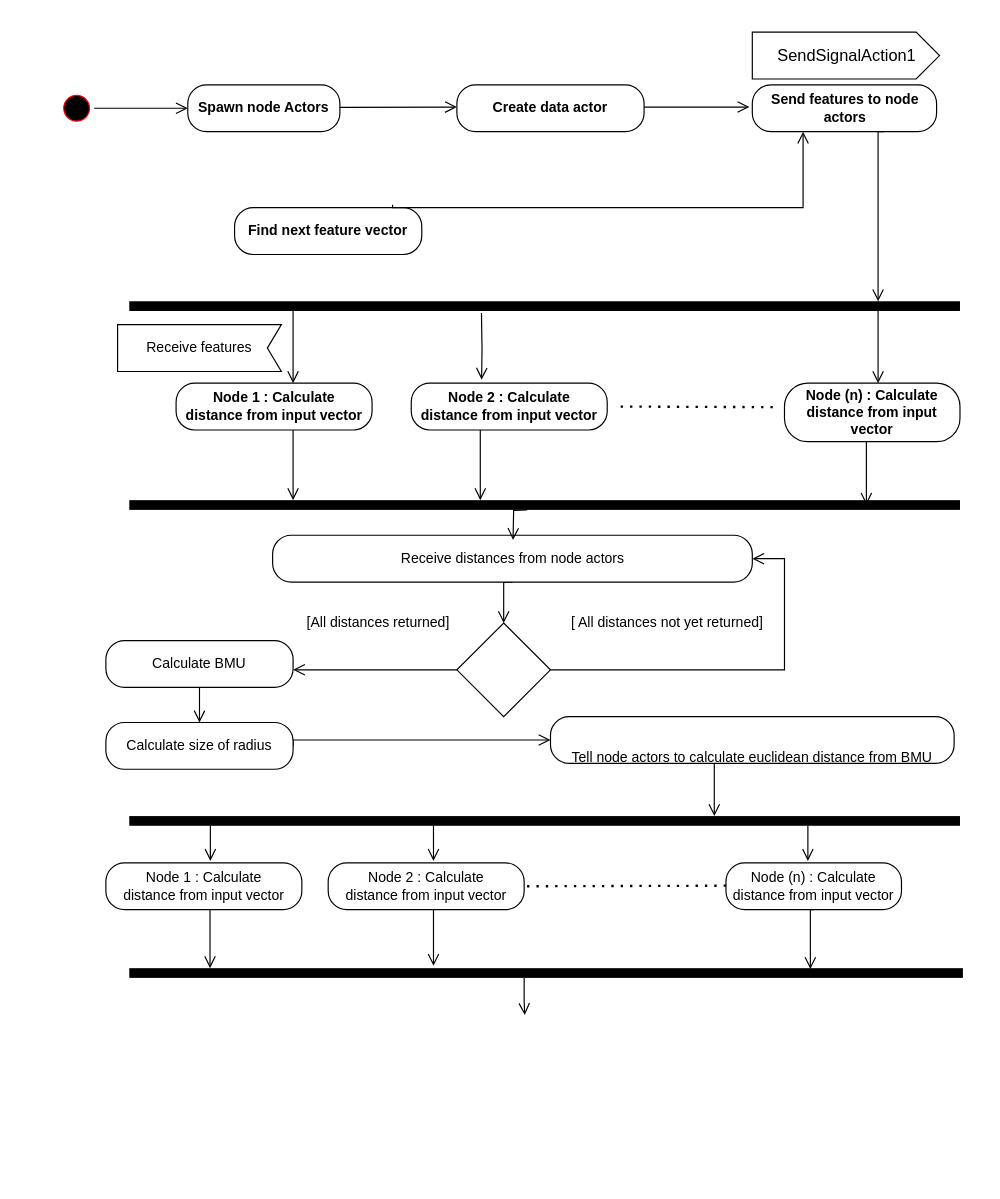
The draw.io diagram mainActivityDiagram.drawio in vanelopethecoder/som-basic, before the edit. Source tidied: cells renumbered, new cells numbered last; positions are measured from the earlier drawing's top-left corner, leaving out a move shared by most shapes. Both pictures are drawn from the tidied source at 117%, with x=0, y=0 at pixel (58, 32).
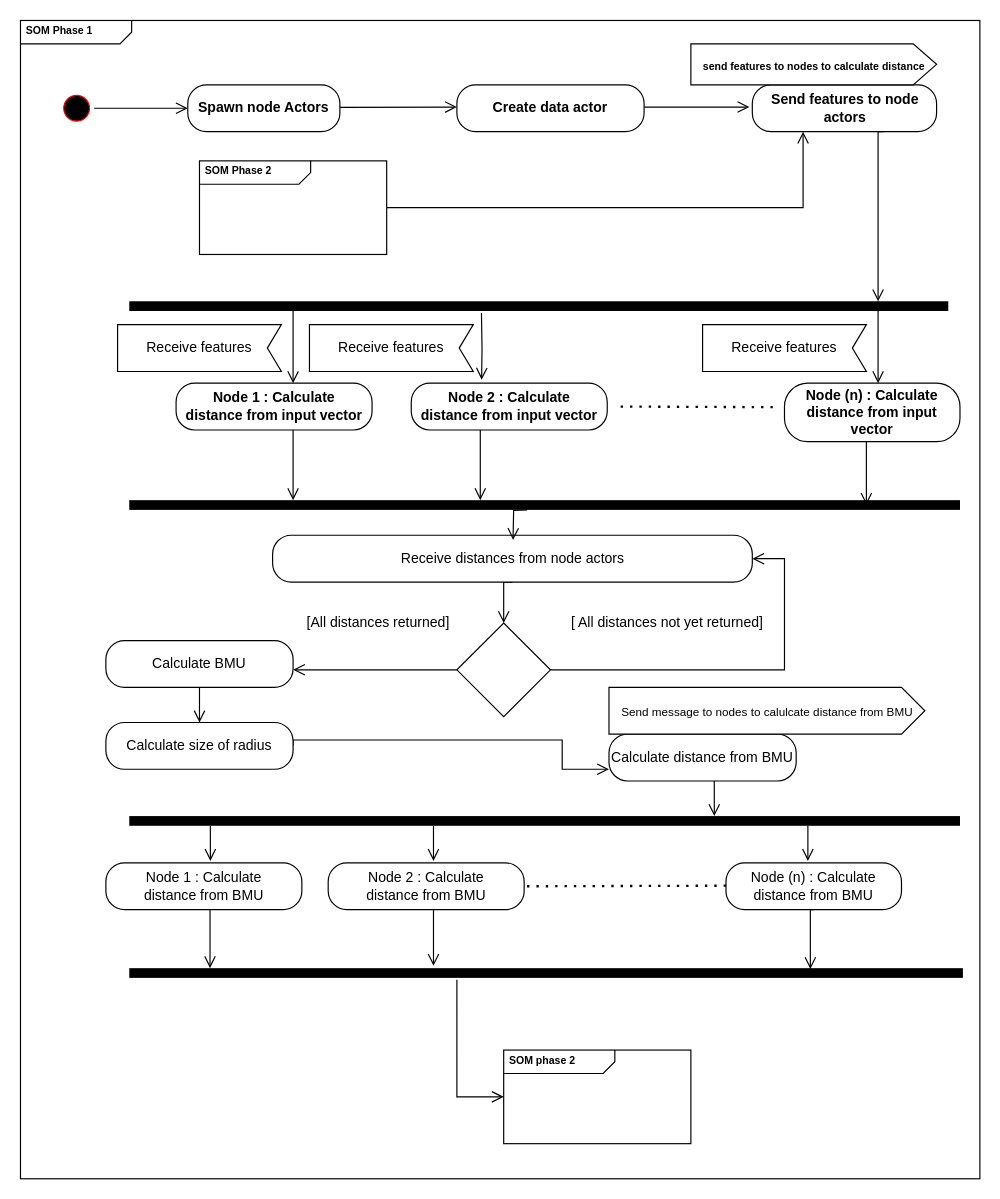
After the change.

The change refers to these unchanged cells:
```xml
<mxCell id="18" value="Calculate size of radius" style="rounded=1;whiteSpace=wrap;html=1;arcSize=40;fontColor=#000000;fillColor=#FFFFFF;strokeColor=#000000;" parent="1" vertex="1">
  <mxGeometry x="40" y="590" width="160" height="40" as="geometry" />
</mxCell>
<mxCell id="49" style="html=1;points=[];perimeter=orthogonalPerimeter;fillColor=#000000;strokeColor=none;direction=north;" parent="1" vertex="1">
  <mxGeometry x="60" y="800" width="712.5" height="8.3" as="geometry" />
</mxCell>
```

Diff of the diagram source:
```diff
@@
+    <mxCell id="53" value="&lt;p style=&quot;margin: 0px ; margin-top: 4px ; margin-left: 5px ; text-align: left&quot;&gt;&lt;b&gt;SOM Phase 1&lt;/b&gt;&lt;/p&gt;" style="html=1;shape=mxgraph.sysml.package;overflow=fill;labelX=95;align=left;spacingLeft=5;verticalAlign=top;spacingTop=-3;fontSize=9;" parent="1" vertex="1">
+      <mxGeometry x="-33" y="-10" width="820" height="990" as="geometry" />
+    </mxCell>
@@
     <mxCell id="9" style="html=1;points=[];perimeter=orthogonalPerimeter;fillColor=#000000;strokeColor=none;direction=north;" parent="1" vertex="1">
-      <mxGeometry x="60" y="230" width="710" height="8.3" as="geometry" />
+      <mxGeometry x="60" y="230" width="700" height="8.3" as="geometry" />
     </mxCell>
@@
-    <mxCell id="16" style="edgeStyle=orthogonalEdgeStyle;html=1;verticalAlign=bottom;endArrow=open;endSize=8;strokeColor=#000000;rounded=0;entryX=0;entryY=0.5;entryDx=0;entryDy=0;exitX=1;exitY=0.5;exitDx=0;exitDy=0;" parent="1" edge="1" source="18" target="50">
+    <mxCell id="16" style="edgeStyle=orthogonalEdgeStyle;html=1;verticalAlign=bottom;endArrow=open;endSize=8;strokeColor=#000000;rounded=0;exitX=1;exitY=0.5;exitDx=0;exitDy=0;entryX=0;entryY=0.75;entryDx=0;entryDy=0;" parent="1" edge="1" source="18" target="59">
       <mxGeometry relative="1" as="geometry">
         <Array as="points">
           <mxPoint x="200" y="605" />
+          <mxPoint x="430" y="605" />
+          <mxPoint x="430" y="630" />
         </Array>
       </mxGeometry>
     </mxCell>
@@
     <mxCell id="19" style="edgeStyle=orthogonalEdgeStyle;html=1;verticalAlign=bottom;endArrow=open;endSize=8;strokeColor=#000000;rounded=0;" parent="1" edge="1">
       <mxGeometry relative="1" as="geometry">
-        <mxPoint x="560" y="620" as="sourcePoint" />
+        <mxPoint x="560" y="640" as="sourcePoint" />
         <mxPoint x="560" y="670" as="targetPoint" />
         <Array as="points">
           <mxPoint x="560" y="650" />
           <mxPoint x="560" y="650" />
         </Array>
       </mxGeometry>
     </mxCell>
@@
-    <mxCell id="21" style="edgeStyle=orthogonalEdgeStyle;html=1;verticalAlign=bottom;endArrow=open;endSize=8;strokeColor=#000000;rounded=0;" parent="1" edge="1">
-      <mxGeometry relative="1" as="geometry">
-        <mxPoint x="397.5" y="808.3" as="sourcePoint" />
-        <mxPoint x="398" y="840" as="targetPoint" />
-        <Array as="points">
-          <mxPoint x="397.9" y="828.3" />
-          <mxPoint x="397.9" y="828.3" />
-        </Array>
-      </mxGeometry>
-    </mxCell>
-    <mxCell id="22" value="&lt;b&gt;Find next feature vector&lt;/b&gt;" style="rounded=1;whiteSpace=wrap;html=1;arcSize=40;fontColor=#000000;fillColor=#FFFFFF;strokeColor=#000000;" parent="1" vertex="1">
-      <mxGeometry x="150" y="150" width="160" height="40" as="geometry" />
-    </mxCell>
-    <mxCell id="23" style="edgeStyle=orthogonalEdgeStyle;html=1;verticalAlign=bottom;endArrow=open;endSize=8;strokeColor=#000000;rounded=0;exitX=0.844;exitY=-0.061;exitDx=0;exitDy=0;exitPerimeter=0;" parent="1" edge="1" source="22">
+    <mxCell id="23" style="edgeStyle=orthogonalEdgeStyle;html=1;verticalAlign=bottom;endArrow=open;endSize=8;strokeColor=#000000;rounded=0;exitX=1;exitY=0.5;exitDx=0;exitDy=0;exitPerimeter=0;" parent="1" edge="1" source="58">
       <mxGeometry relative="1" as="geometry">
         <mxPoint x="635.9" y="85" as="targetPoint" />
         <Array as="points">
-          <mxPoint x="285" y="150" />
           <mxPoint x="636" y="150" />
         </Array>
       </mxGeometry>
     </mxCell>
@@
-    <mxCell id="40" value="&lt;span style=&quot;text-align: left&quot;&gt;Node 1 : Calculate&lt;/span&gt;&lt;br style=&quot;text-align: left&quot;&gt;&lt;span style=&quot;text-align: left&quot;&gt;distance from input vector&lt;/span&gt;" style="rounded=1;whiteSpace=wrap;html=1;arcSize=40;fontColor=#000000;fillColor=#FFFFFF;strokeColor=#000000;" parent="1" vertex="1">
+    <mxCell id="40" value="&lt;span style=&quot;text-align: left&quot;&gt;Node 1 : Calculate&lt;/span&gt;&lt;br style=&quot;text-align: left&quot;&gt;&lt;span style=&quot;text-align: left&quot;&gt;distance from BMU&lt;/span&gt;" style="rounded=1;whiteSpace=wrap;html=1;arcSize=40;fontColor=#000000;fillColor=#FFFFFF;strokeColor=#000000;" parent="1" vertex="1">
       <mxGeometry x="40" y="710" width="167.5" height="40" as="geometry" />
     </mxCell>
@@
-    <mxCell id="43" value="&lt;span style=&quot;text-align: left&quot;&gt;Node 2 : Calculate&lt;/span&gt;&lt;br style=&quot;text-align: left&quot;&gt;&lt;span style=&quot;text-align: left&quot;&gt;distance from input vector&lt;/span&gt;" style="rounded=1;whiteSpace=wrap;html=1;arcSize=40;fontColor=#000000;fillColor=#FFFFFF;strokeColor=#000000;" parent="1" vertex="1">
+    <mxCell id="43" value="&lt;span style=&quot;text-align: left&quot;&gt;Node 2 : Calculate&lt;/span&gt;&lt;br style=&quot;text-align: left&quot;&gt;&lt;span style=&quot;text-align: left&quot;&gt;distance from BMU&lt;/span&gt;" style="rounded=1;whiteSpace=wrap;html=1;arcSize=40;fontColor=#000000;fillColor=#FFFFFF;strokeColor=#000000;" parent="1" vertex="1">
       <mxGeometry x="230" y="710" width="167.5" height="40" as="geometry" />
     </mxCell>
@@
-    <mxCell id="47" value="&lt;span style=&quot;text-align: left&quot;&gt;Node (n) : Calculate&lt;/span&gt;&lt;br style=&quot;text-align: left&quot;&gt;&lt;span style=&quot;text-align: left&quot;&gt;distance from input vector&lt;/span&gt;" style="rounded=1;whiteSpace=wrap;html=1;arcSize=40;fontColor=#000000;fillColor=#FFFFFF;strokeColor=#000000;" parent="1" vertex="1">
+    <mxCell id="47" value="&lt;span style=&quot;text-align: left&quot;&gt;Node (n) : Calculate&lt;/span&gt;&lt;br style=&quot;text-align: left&quot;&gt;&lt;span style=&quot;text-align: left&quot;&gt;distance from BMU&lt;/span&gt;" style="rounded=1;whiteSpace=wrap;html=1;arcSize=40;fontColor=#000000;fillColor=#FFFFFF;strokeColor=#000000;" parent="1" vertex="1">
       <mxGeometry x="570" y="710" width="150" height="40" as="geometry" />
     </mxCell>
@@
-    <mxCell id="50" value="&lt;br&gt;&lt;br&gt;&lt;span style=&quot;font-family: &amp;#34;helvetica&amp;#34;&quot;&gt;Tell node actors to calculate euclidean distance from BMU&lt;/span&gt;" style="rounded=1;whiteSpace=wrap;html=1;arcSize=40;fontColor=#000000;fillColor=#FFFFFF;strokeColor=#000000;" parent="1" vertex="1">
-      <mxGeometry x="420" y="585" width="345" height="40" as="geometry" />
-    </mxCell>
+    <mxCell id="54" style="edgeStyle=orthogonalEdgeStyle;html=1;verticalAlign=bottom;endArrow=open;endSize=8;strokeColor=#000000;rounded=0;exitX=-0.2;exitY=0.393;exitDx=0;exitDy=0;entryX=0;entryY=0.5;entryDx=0;entryDy=0;entryPerimeter=0;exitPerimeter=0;" parent="1" edge="1" source="49" target="57">
+      <mxGeometry relative="1" as="geometry" />
+    </mxCell>
-    <mxCell id="51" value="SendSignalAction1" style="html=1;shape=mxgraph.infographic.ribbonSimple;notch1=0;notch2=20;align=center;verticalAlign=middle;fontSize=14;fontStyle=0;fillColor=#FFFFFF;" parent="1" vertex="1">
-      <mxGeometry x="592.5" width="160" height="40" as="geometry" />
+    <mxCell id="51" value="&lt;font style=&quot;font-size: 9px&quot;&gt;&lt;b&gt;send features to nodes to calculate distance&lt;/b&gt;&lt;/font&gt;" style="html=1;shape=mxgraph.infographic.ribbonSimple;notch1=0;notch2=20;align=center;verticalAlign=middle;fontSize=14;fontStyle=0;fillColor=#FFFFFF;" parent="1" vertex="1">
+      <mxGeometry x="540" y="10" width="210" height="35" as="geometry" />
     </mxCell>
@@
+    <mxCell id="55" value="Receive features" style="shape=mxgraph.sysml.accEvent;flipH=1;whiteSpace=wrap;align=center;" parent="1" vertex="1">
+      <mxGeometry x="214" y="250" width="140" height="40" as="geometry" />
+    </mxCell>
+    <mxCell id="56" value="Receive features" style="shape=mxgraph.sysml.accEvent;flipH=1;whiteSpace=wrap;align=center;" parent="1" vertex="1">
+      <mxGeometry x="550" y="250" width="140" height="40" as="geometry" />
+    </mxCell>
+    <mxCell id="57" value="&lt;p style=&quot;margin: 0px ; margin-top: 4px ; margin-left: 5px ; text-align: left&quot;&gt;&lt;b&gt;SOM phase 2&lt;/b&gt;&lt;/p&gt;" style="html=1;shape=mxgraph.sysml.package;overflow=fill;labelX=95;align=left;spacingLeft=5;verticalAlign=top;spacingTop=-3;fontSize=9;" parent="1" vertex="1">
+      <mxGeometry x="380" y="870" width="160" height="80" as="geometry" />
+    </mxCell>
+    <mxCell id="58" value="&lt;p style=&quot;margin: 0px ; margin-top: 4px ; margin-left: 5px ; text-align: left&quot;&gt;&lt;b&gt;SOM Phase 2&lt;/b&gt;&lt;/p&gt;" style="html=1;shape=mxgraph.sysml.package;overflow=fill;labelX=95;align=left;spacingLeft=5;verticalAlign=top;spacingTop=-3;fontSize=9;" parent="1" vertex="1">
+      <mxGeometry x="120" y="110" width="160" height="80" as="geometry" />
+    </mxCell>
+    <mxCell id="59" value="Calculate distance from BMU" style="rounded=1;whiteSpace=wrap;html=1;arcSize=40;fontColor=#000000;fillColor=#FFFFFF;strokeColor=#000000;" parent="1" vertex="1">
+      <mxGeometry x="470" y="600" width="160" height="40" as="geometry" />
+    </mxCell>
+    <mxCell id="60" value="&lt;font style=&quot;font-size: 10px&quot;&gt;Send message to nodes to calulcate distance from BMU&lt;/font&gt;" style="html=1;shape=mxgraph.infographic.ribbonSimple;notch1=0;notch2=20;align=center;verticalAlign=middle;fontSize=14;fontStyle=0;fillColor=#FFFFFF;" parent="1" vertex="1">
+      <mxGeometry x="470" y="560" width="270" height="40" as="geometry" />
+    </mxCell>
```
